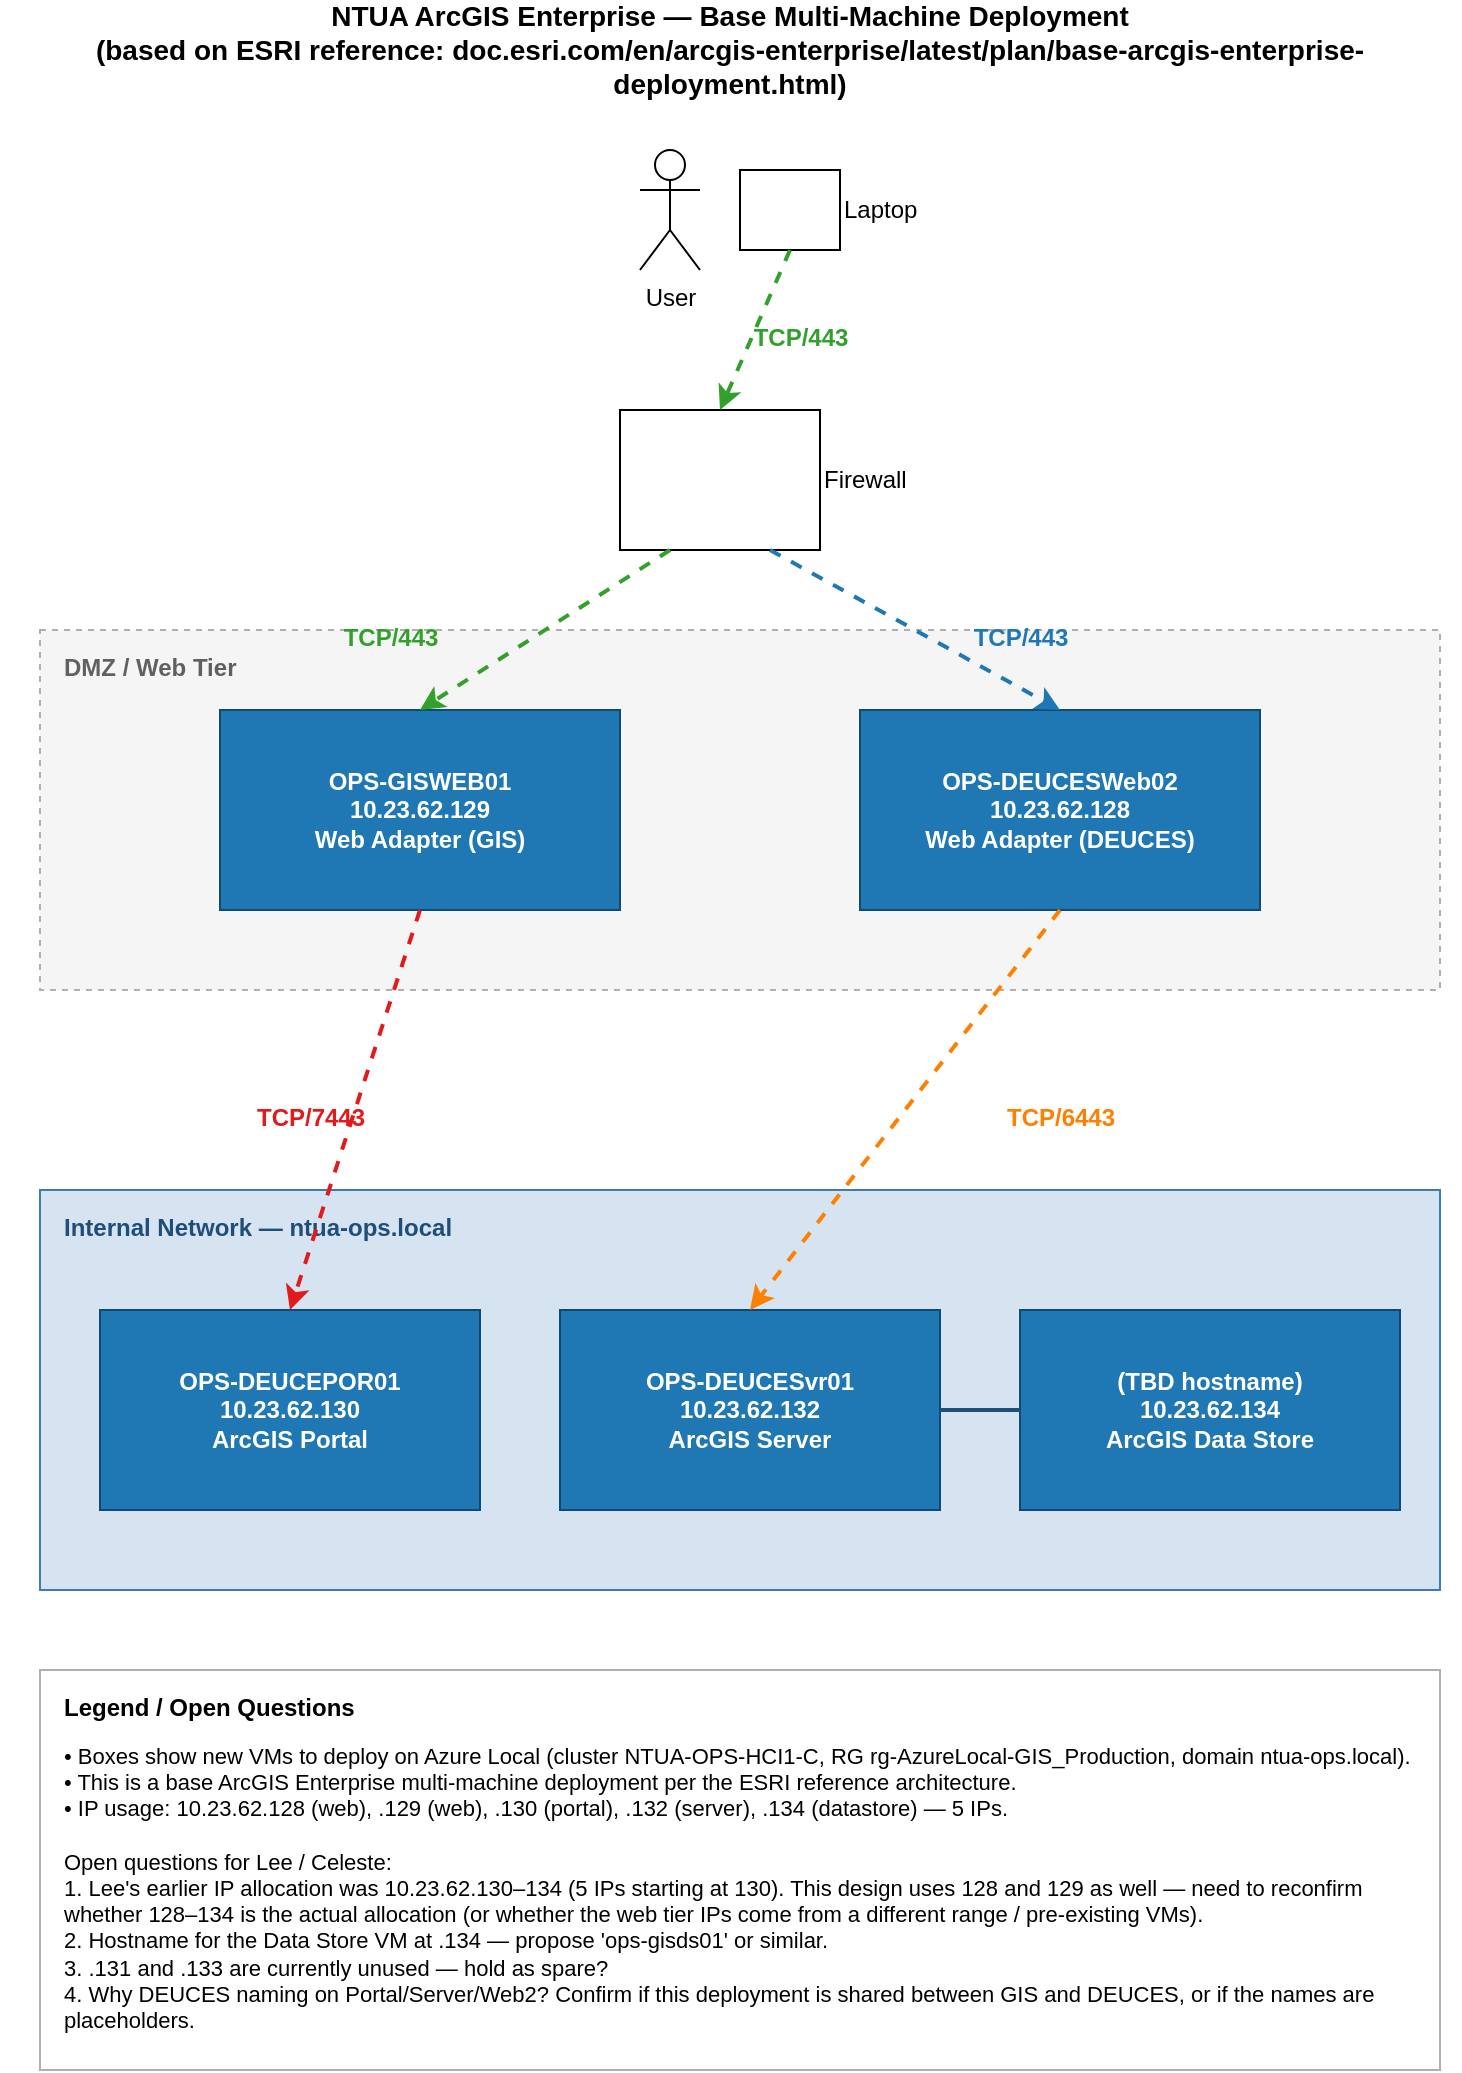
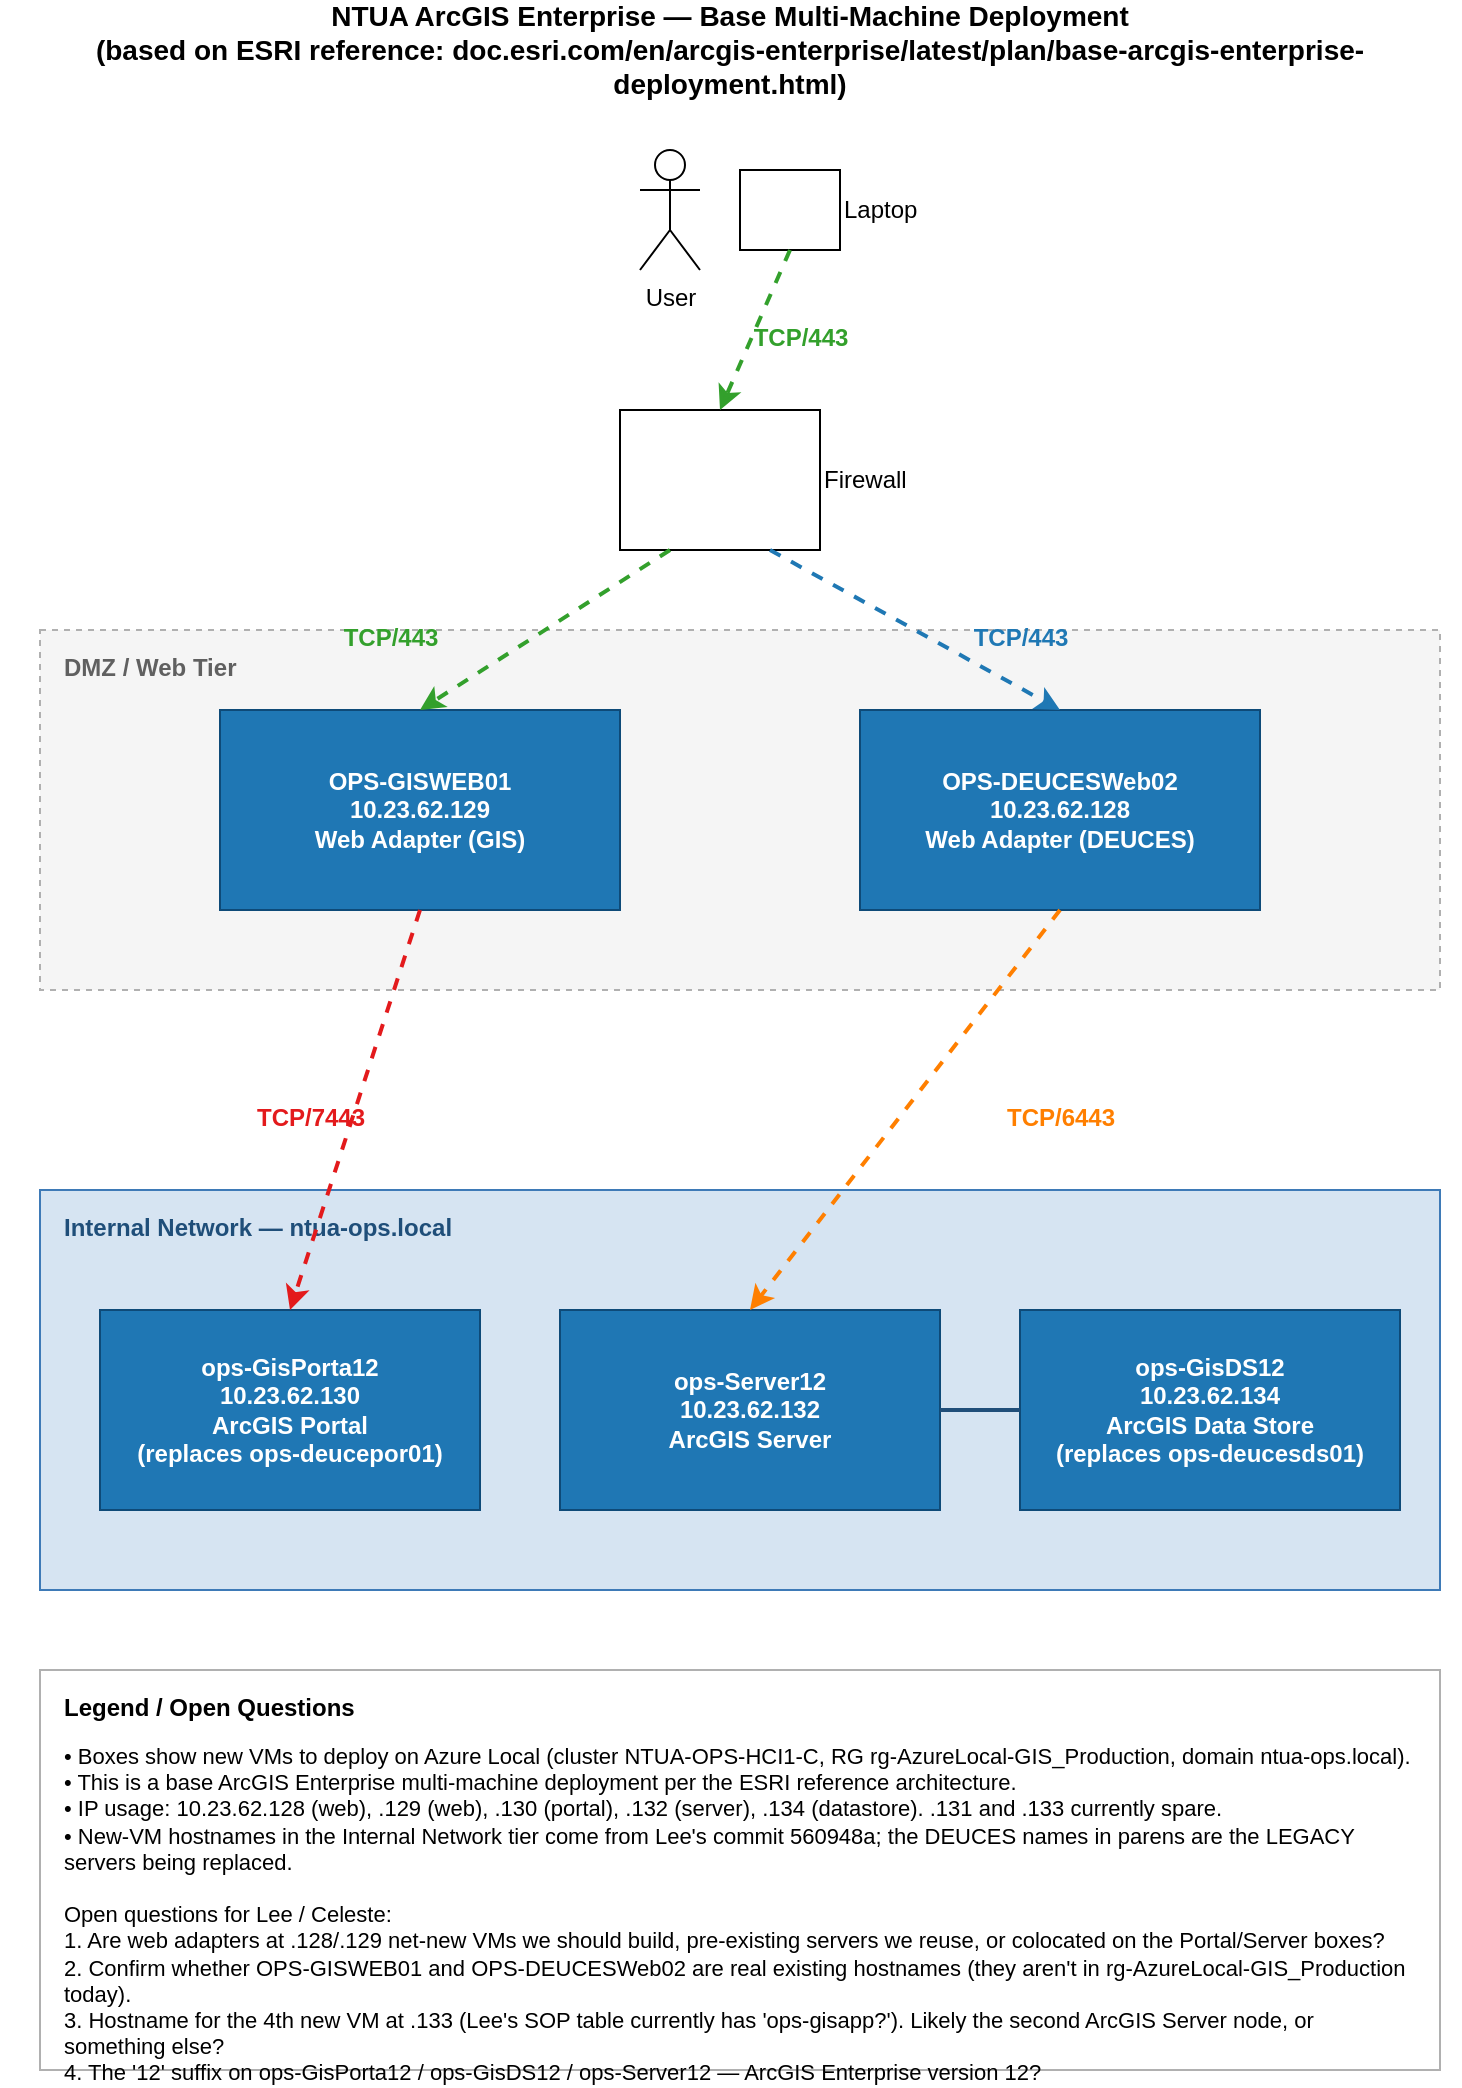
<mxfile host="65bd71144e">
  <diagram name="ArcGIS Enterprise — NTUA" id="ntua-arcgis-v1">
    <mxGraphModel dx="1422" dy="794" grid="1" gridSize="10" guides="1" tooltips="1" connect="1" arrows="1" fold="1" page="1" pageScale="1" pageWidth="850" pageHeight="1100" math="0" shadow="0">
      <root>
        <mxCell id="0" />
        <mxCell id="1" parent="0" />
        <mxCell id="title" value="NTUA ArcGIS Enterprise — Base Multi-Machine Deployment&#10;(based on ESRI reference: doc.esri.com/en/arcgis-enterprise/latest/plan/base-arcgis-enterprise-deployment.html)" style="text;html=1;align=center;verticalAlign=middle;whiteSpace=wrap;fontSize=14;fontStyle=1;" vertex="1" parent="1">
          <mxGeometry x="60" y="20" width="730" height="40" as="geometry" />
        </mxCell>
        <mxCell id="user" value="User" style="shape=umlActor;verticalLabelPosition=bottom;labelPosition=center;verticalAlign=top;html=1;outlineConnect=0;" vertex="1" parent="1">
          <mxGeometry x="380" y="90" width="30" height="60" as="geometry" />
        </mxCell>
        <mxCell id="laptop" value="Laptop" style="shape=mscae/Laptop;html=1;labelPosition=right;align=left;verticalAlign=middle;" vertex="1" parent="1">
          <mxGeometry x="430" y="100" width="50" height="40" as="geometry" />
        </mxCell>
        <mxCell id="fw" value="Firewall" style="shape=mscae/Firewall;html=1;labelPosition=right;align=left;verticalAlign=middle;" vertex="1" parent="1">
          <mxGeometry x="370" y="220" width="100" height="70" as="geometry" />
        </mxCell>
        <mxCell id="e-user-fw" style="endArrow=classic;html=1;dashed=1;strokeColor=#33A02C;strokeWidth=2;fontColor=#33A02C;exitX=0.5;exitY=1;exitDx=0;exitDy=0;entryX=0.5;entryY=0;entryDx=0;entryDy=0;" edge="1" parent="1" source="laptop" target="fw">
          <mxGeometry relative="1" as="geometry" />
        </mxCell>
        <mxCell id="l-user-fw" value="TCP/443" style="text;html=1;align=center;fontColor=#33A02C;fontStyle=1;" vertex="1" parent="1">
          <mxGeometry x="430" y="170" width="60" height="20" as="geometry" />
        </mxCell>
        <mxCell id="dmz-bg" value="" style="rounded=0;whiteSpace=wrap;html=1;fillColor=#F5F5F5;strokeColor=#B0B0B0;dashed=1;" vertex="1" parent="1">
          <mxGeometry x="80" y="330" width="700" height="180" as="geometry" />
        </mxCell>
        <mxCell id="dmz-lbl" value="DMZ / Web Tier" style="text;html=1;align=left;fontStyle=1;fontColor=#606060;" vertex="1" parent="1">
          <mxGeometry x="90" y="335" width="140" height="20" as="geometry" />
        </mxCell>
        <mxCell id="web-gis" value="OPS-GISWEB01&#10;10.23.62.129&#10;Web Adapter (GIS)" style="rounded=0;whiteSpace=wrap;html=1;fillColor=#1F77B4;strokeColor=#0E4A78;fontColor=#FFFFFF;fontStyle=1;" vertex="1" parent="1">
          <mxGeometry x="170" y="370" width="200" height="100" as="geometry" />
        </mxCell>
        <mxCell id="web-deuce" value="OPS-DEUCESWeb02&#10;10.23.62.128&#10;Web Adapter (DEUCES)" style="rounded=0;whiteSpace=wrap;html=1;fillColor=#1F77B4;strokeColor=#0E4A78;fontColor=#FFFFFF;fontStyle=1;" vertex="1" parent="1">
          <mxGeometry x="490" y="370" width="200" height="100" as="geometry" />
        </mxCell>
        <mxCell id="e-fw-web1" style="endArrow=classic;html=1;dashed=1;strokeColor=#33A02C;strokeWidth=2;fontColor=#33A02C;exitX=0.25;exitY=1;exitDx=0;exitDy=0;entryX=0.5;entryY=0;entryDx=0;entryDy=0;" edge="1" parent="1" source="fw" target="web-gis">
          <mxGeometry relative="1" as="geometry" />
        </mxCell>
        <mxCell id="e-fw-web2" style="endArrow=classic;html=1;dashed=1;strokeColor=#1F78B4;strokeWidth=2;fontColor=#1F78B4;exitX=0.75;exitY=1;exitDx=0;exitDy=0;entryX=0.5;entryY=0;entryDx=0;entryDy=0;" edge="1" parent="1" source="fw" target="web-deuce">
          <mxGeometry relative="1" as="geometry" />
        </mxCell>
        <mxCell id="l-fw-web1" value="TCP/443" style="text;html=1;align=center;fontColor=#33A02C;fontStyle=1;" vertex="1" parent="1">
          <mxGeometry x="225" y="320" width="60" height="20" as="geometry" />
        </mxCell>
        <mxCell id="l-fw-web2" value="TCP/443" style="text;html=1;align=center;fontColor=#1F78B4;fontStyle=1;" vertex="1" parent="1">
          <mxGeometry x="540" y="320" width="60" height="20" as="geometry" />
        </mxCell>
        <mxCell id="int-bg" value="" style="rounded=0;whiteSpace=wrap;html=1;fillColor=#D6E4F2;strokeColor=#3E7AB7;dashed=0;" vertex="1" parent="1">
          <mxGeometry x="80" y="610" width="700" height="200" as="geometry" />
        </mxCell>
        <mxCell id="int-lbl" value="Internal Network — ntua-ops.local" style="text;html=1;align=left;fontStyle=1;fontColor=#1F4E79;" vertex="1" parent="1">
          <mxGeometry x="90" y="615" width="300" height="20" as="geometry" />
        </mxCell>
-         <mxCell id="portal" value="OPS-DEUCEPOR01&#10;10.23.62.130&#10;ArcGIS Portal" style="rounded=0;whiteSpace=wrap;html=1;fillColor=#1F77B4;strokeColor=#0E4A78;fontColor=#FFFFFF;fontStyle=1;" vertex="1" parent="1">
+         <mxCell id="portal" value="ops-GisPorta12&#10;10.23.62.130&#10;ArcGIS Portal&#10;(replaces ops-deucepor01)" style="rounded=0;whiteSpace=wrap;html=1;fillColor=#1F77B4;strokeColor=#0E4A78;fontColor=#FFFFFF;fontStyle=1;" vertex="1" parent="1">
          <mxGeometry x="110" y="670" width="190" height="100" as="geometry" />
        </mxCell>
-         <mxCell id="server" value="OPS-DEUCESvr01&#10;10.23.62.132&#10;ArcGIS Server" style="rounded=0;whiteSpace=wrap;html=1;fillColor=#1F77B4;strokeColor=#0E4A78;fontColor=#FFFFFF;fontStyle=1;" vertex="1" parent="1">
+         <mxCell id="server" value="ops-Server12&#10;10.23.62.132&#10;ArcGIS Server" style="rounded=0;whiteSpace=wrap;html=1;fillColor=#1F77B4;strokeColor=#0E4A78;fontColor=#FFFFFF;fontStyle=1;" vertex="1" parent="1">
          <mxGeometry x="340" y="670" width="190" height="100" as="geometry" />
        </mxCell>
-         <mxCell id="datastore" value="(TBD hostname)&#10;10.23.62.134&#10;ArcGIS Data Store" style="rounded=0;whiteSpace=wrap;html=1;fillColor=#1F77B4;strokeColor=#0E4A78;fontColor=#FFFFFF;fontStyle=1;" vertex="1" parent="1">
+         <mxCell id="datastore" value="ops-GisDS12&#10;10.23.62.134&#10;ArcGIS Data Store&#10;(replaces ops-deucesds01)" style="rounded=0;whiteSpace=wrap;html=1;fillColor=#1F77B4;strokeColor=#0E4A78;fontColor=#FFFFFF;fontStyle=1;" vertex="1" parent="1">
          <mxGeometry x="570" y="670" width="190" height="100" as="geometry" />
        </mxCell>
        <mxCell id="e-web1-portal" style="endArrow=classic;html=1;dashed=1;strokeColor=#E31A1C;strokeWidth=2;fontColor=#E31A1C;exitX=0.5;exitY=1;exitDx=0;exitDy=0;entryX=0.5;entryY=0;entryDx=0;entryDy=0;" edge="1" parent="1" source="web-gis" target="portal">
          <mxGeometry relative="1" as="geometry" />
        </mxCell>
        <mxCell id="l-web1-portal" value="TCP/7443" style="text;html=1;align=center;fontColor=#E31A1C;fontStyle=1;" vertex="1" parent="1">
          <mxGeometry x="180" y="560" width="70" height="20" as="geometry" />
        </mxCell>
        <mxCell id="e-web2-server" style="endArrow=classic;html=1;dashed=1;strokeColor=#FF7F00;strokeWidth=2;fontColor=#FF7F00;exitX=0.5;exitY=1;exitDx=0;exitDy=0;entryX=0.5;entryY=0;entryDx=0;entryDy=0;" edge="1" parent="1" source="web-deuce" target="server">
          <mxGeometry relative="1" as="geometry" />
        </mxCell>
        <mxCell id="l-web2-server" value="TCP/6443" style="text;html=1;align=center;fontColor=#FF7F00;fontStyle=1;" vertex="1" parent="1">
          <mxGeometry x="555" y="560" width="70" height="20" as="geometry" />
        </mxCell>
        <mxCell id="e-server-ds" style="endArrow=none;html=1;strokeColor=#1F4E79;strokeWidth=2;exitX=1;exitY=0.5;exitDx=0;exitDy=0;entryX=0;entryY=0.5;entryDx=0;entryDy=0;" edge="1" parent="1" source="server" target="datastore">
          <mxGeometry relative="1" as="geometry" />
        </mxCell>
        <mxCell id="legend-bg" value="" style="rounded=0;whiteSpace=wrap;html=1;fillColor=#FFFFFF;strokeColor=#B0B0B0;dashed=0;" vertex="1" parent="1">
          <mxGeometry x="80" y="850" width="700" height="200" as="geometry" />
        </mxCell>
        <mxCell id="legend-title" value="Legend / Open Questions" style="text;html=1;align=left;fontStyle=1;fontSize=12;" vertex="1" parent="1">
          <mxGeometry x="90" y="855" width="300" height="20" as="geometry" />
        </mxCell>
-         <mxCell id="legend-body" value="• Boxes show new VMs to deploy on Azure Local (cluster NTUA-OPS-HCI1-C, RG rg-AzureLocal-GIS_Production, domain ntua-ops.local).&#10;• This is a base ArcGIS Enterprise multi-machine deployment per the ESRI reference architecture.&#10;• IP usage: 10.23.62.128 (web), .129 (web), .130 (portal), .132 (server), .134 (datastore) — 5 IPs.&#10;&#10;Open questions for Lee / Celeste:&#10; 1. Lee's earlier IP allocation was 10.23.62.130–134 (5 IPs starting at 130). This design uses 128 and 129 as well — need to reconfirm whether 128–134 is the actual allocation (or whether the web tier IPs come from a different range / pre-existing VMs).&#10; 2. Hostname for the Data Store VM at .134 — propose 'ops-gisds01' or similar.&#10; 3. .131 and .133 are currently unused — hold as spare?&#10; 4. Why DEUCES naming on Portal/Server/Web2? Confirm if this deployment is shared between GIS and DEUCES, or if the names are placeholders." style="text;html=1;align=left;verticalAlign=top;whiteSpace=wrap;fontSize=11;" vertex="1" parent="1">
+         <mxCell id="legend-body" value="• Boxes show new VMs to deploy on Azure Local (cluster NTUA-OPS-HCI1-C, RG rg-AzureLocal-GIS_Production, domain ntua-ops.local).&#10;• This is a base ArcGIS Enterprise multi-machine deployment per the ESRI reference architecture.&#10;• IP usage: 10.23.62.128 (web), .129 (web), .130 (portal), .132 (server), .134 (datastore). .131 and .133 currently spare.&#10;• New-VM hostnames in the Internal Network tier come from Lee's commit 560948a; the DEUCES names in parens are the LEGACY servers being replaced.&#10;&#10;Open questions for Lee / Celeste:&#10; 1. Are web adapters at .128/.129 net-new VMs we should build, pre-existing servers we reuse, or colocated on the Portal/Server boxes?&#10; 2. Confirm whether OPS-GISWEB01 and OPS-DEUCESWeb02 are real existing hostnames (they aren't in rg-AzureLocal-GIS_Production today).&#10; 3. Hostname for the 4th new VM at .133 (Lee's SOP table currently has 'ops-gisapp?'). Likely the second ArcGIS Server node, or something else?&#10; 4. The '12' suffix on ops-GisPorta12 / ops-GisDS12 / ops-Server12 — ArcGIS Enterprise version 12?" style="text;html=1;align=left;verticalAlign=top;whiteSpace=wrap;fontSize=11;" vertex="1" parent="1">
          <mxGeometry x="90" y="880" width="680" height="170" as="geometry" />
        </mxCell>
      </root>
    </mxGraphModel>
  </diagram>
</mxfile>
